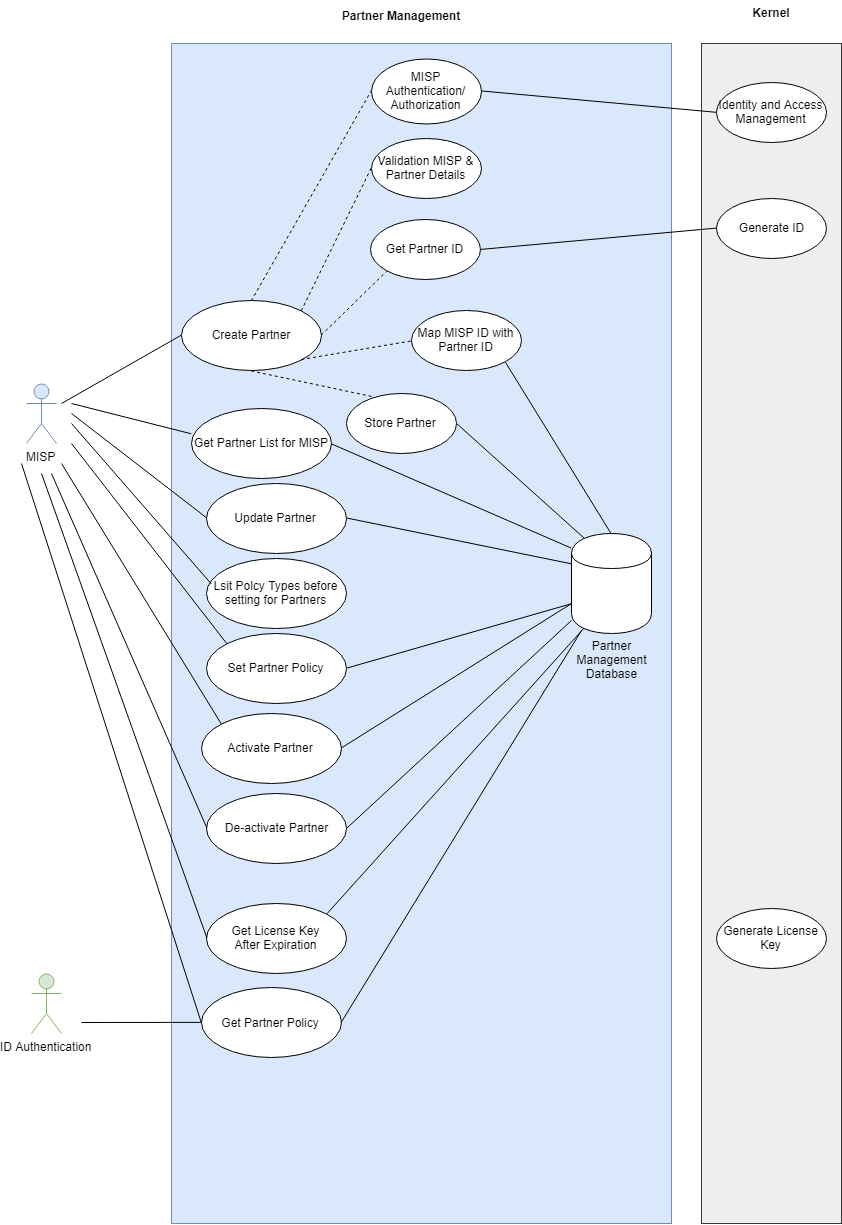
The draw.io diagram _images/arch_diagrams/PMPartnerManagement.png in ssenmosip/mosip-temp-documentation, before a commit. Source tidied: cells renumbered, new cells last; positions are measured from the earlier drawing's top-left corner, leaving out a move shared by most shapes.
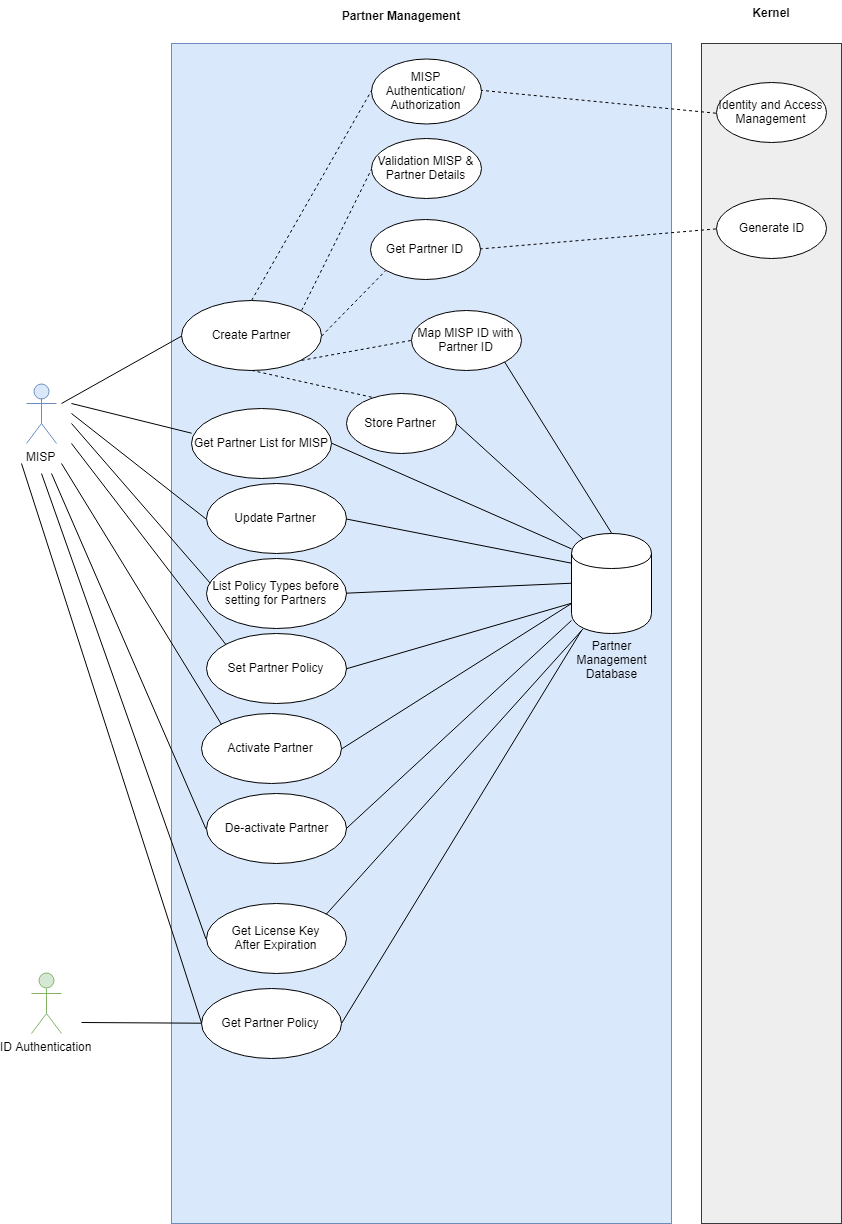
Above is the later version.

Commit message:
Partner Management HLD

What changed in the source:
```diff
@@ -101,13 +101,13 @@
     <mxCell id="30" value="Generate ID&lt;br&gt;" style="ellipse;whiteSpace=wrap;html=1;rotation=0;" parent="1" vertex="1">
       <mxGeometry x="695" y="198" width="110" height="60" as="geometry" />
     </mxCell>
-    <mxCell id="31" style="endArrow=none;html=1;exitX=0;exitY=0.5;exitDx=0;exitDy=0;entryX=1;entryY=0.5;entryDx=0;entryDy=0;" parent="1" edge="1" source="30" target="9">
+    <mxCell id="31" style="endArrow=none;html=1;exitX=0;exitY=0.5;exitDx=0;exitDy=0;entryX=1;entryY=0.5;entryDx=0;entryDy=0;dashed=1;" parent="1" edge="1" source="30" target="9">
       <mxGeometry relative="1" as="geometry" />
     </mxCell>
     <mxCell id="32" value="Identity and Access Management&lt;br&gt;" style="ellipse;whiteSpace=wrap;html=1;rotation=0;" parent="1" vertex="1">
       <mxGeometry x="695" y="82" width="110" height="60" as="geometry" />
     </mxCell>
-    <mxCell id="33" style="endArrow=none;html=1;exitX=0;exitY=0.5;exitDx=0;exitDy=0;entryX=1;entryY=0.5;entryDx=0;entryDy=0;" parent="1" edge="1" source="32" target="7">
+    <mxCell id="33" style="endArrow=none;html=1;exitX=0;exitY=0.5;exitDx=0;exitDy=0;entryX=1;entryY=0.5;entryDx=0;entryDy=0;dashed=1;" parent="1" edge="1" source="32" target="7">
       <mxGeometry relative="1" as="geometry" />
     </mxCell>
     <mxCell id="34" value="Store Partner&lt;br&gt;" style="ellipse;whiteSpace=wrap;html=1;rotation=0;" parent="1" vertex="1">
@@ -152,7 +152,7 @@
     <mxCell id="45" style="endArrow=none;html=1;exitX=0;exitY=0.15;exitDx=0;exitDy=0;entryX=1;entryY=0.5;entryDx=0;entryDy=0;exitPerimeter=0;" parent="1" edge="1" source="18" target="43">
       <mxGeometry relative="1" as="geometry" />
     </mxCell>
-    <mxCell id="46" value="Lsit Polcy Types before setting for Partners" style="ellipse;whiteSpace=wrap;html=1;" parent="1" vertex="1">
+    <mxCell id="46" value="List Policy Types before setting for Partners" style="ellipse;whiteSpace=wrap;html=1;" parent="1" vertex="1">
       <mxGeometry x="185" y="558" width="140" height="70" as="geometry" />
     </mxCell>
     <mxCell id="47" style="endArrow=none;html=1;entryX=0.031;entryY=0.353;entryDx=0;entryDy=0;entryPerimeter=0;" parent="1" edge="1" target="46">
@@ -176,8 +176,8 @@
     <mxCell id="51" style="endArrow=none;html=1;entryX=0.15;entryY=0.95;entryDx=0;entryDy=0;entryPerimeter=0;exitX=1;exitY=0;exitDx=0;exitDy=0;" parent="1" edge="1" source="49" target="18">
       <mxGeometry relative="1" as="geometry" />
     </mxCell>
-    <mxCell id="52" value="Generate License Key&lt;br&gt;" style="ellipse;whiteSpace=wrap;html=1;rotation=0;" parent="1" vertex="1">
-      <mxGeometry x="695" y="908" width="110" height="60" as="geometry" />
-    </mxCell>
+    <mxCell id="53" style="endArrow=none;html=1;exitX=1;exitY=0.5;exitDx=0;exitDy=0;entryX=0;entryY=0.5;entryDx=0;entryDy=0;" parent="1" edge="1" source="46" target="18">
+      <mxGeometry relative="1" as="geometry" />
+    </mxCell>
   </root>
 </mxGraphModel>
```
